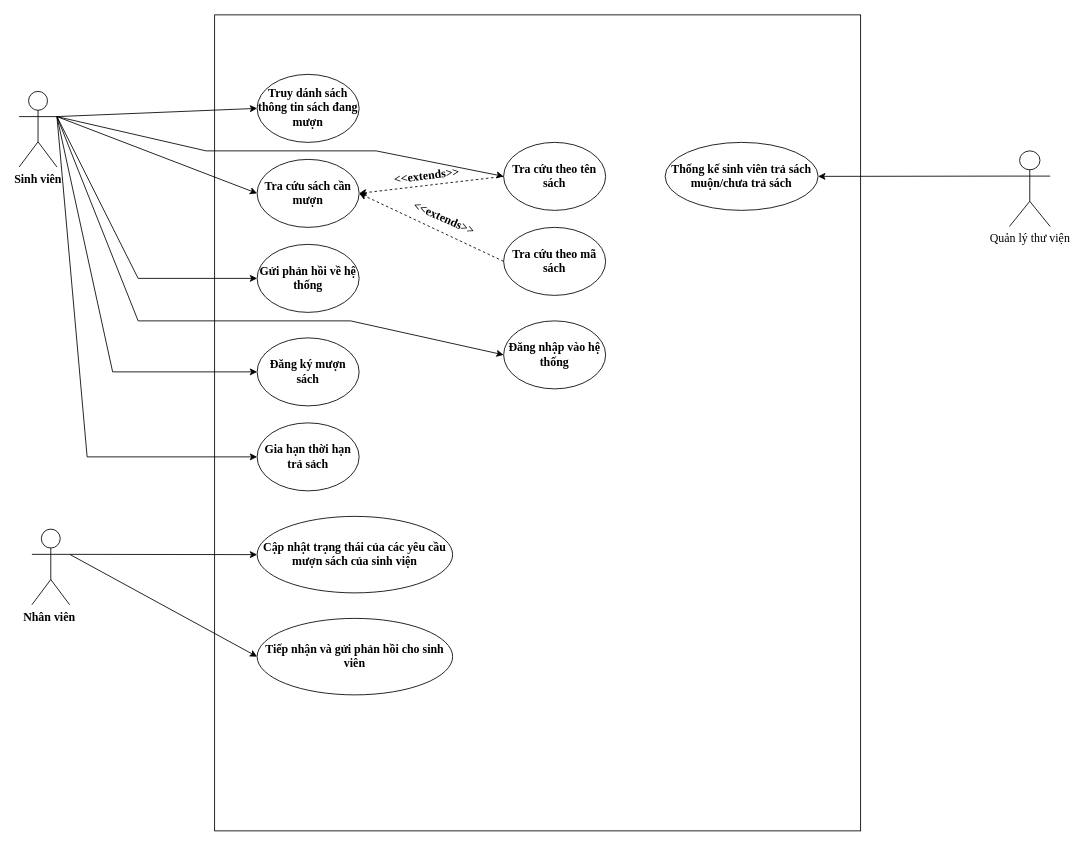
The draw.io diagram Library.drawio in MinhNgoc61021/PM, before the edit. Source tidied: cells renumbered, new cells numbered last; positions are measured from the earlier drawing's top-left corner, leaving out a move shared by most shapes. Both pictures are drawn from the tidied source at 85%, with x=0, y=0 at pixel (19, 14).
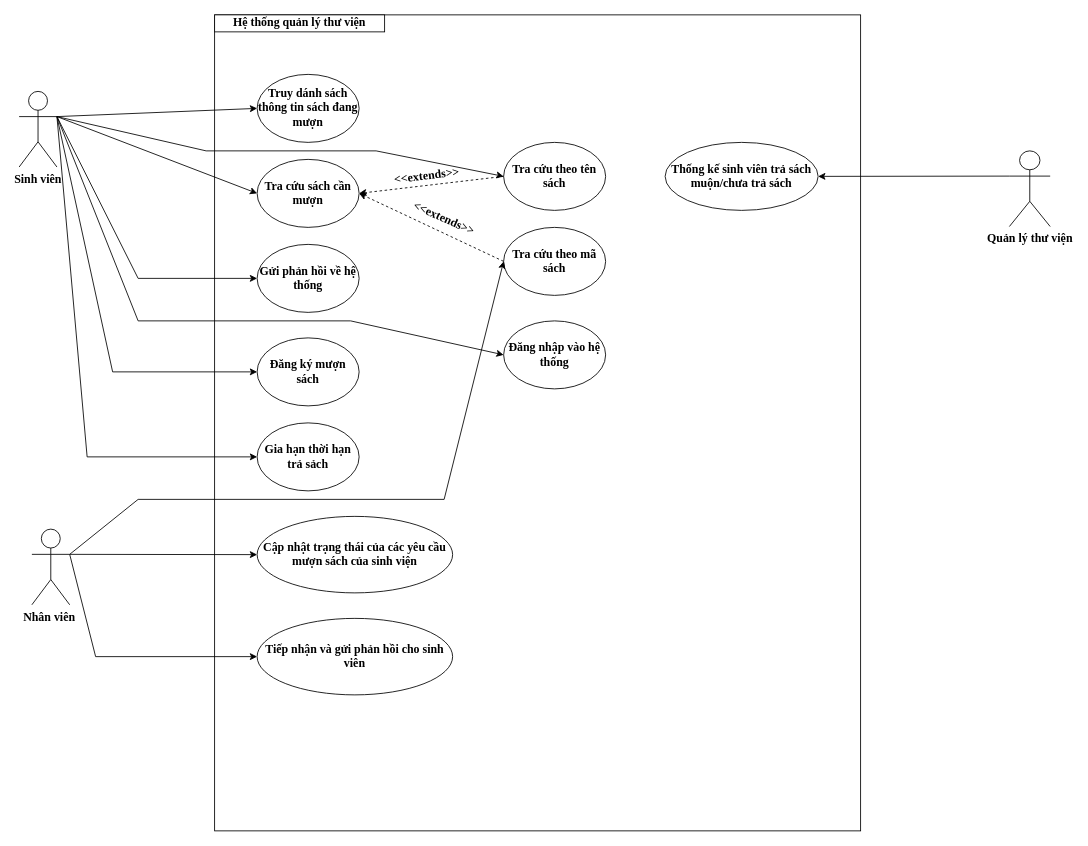
The same page after the edit.

Unchanged cells that the change refers to:
```xml
<mxCell id="5" value="Sinh viên" style="shape=umlActor;verticalLabelPosition=bottom;labelBackgroundColor=#ffffff;verticalAlign=top;html=1;outlineConnect=0;fontFamily=Times New Roman;fontSize=14;fontStyle=1;" parent="1" vertex="1">
  <mxGeometry y="90" width="44.5" height="89" as="geometry" />
</mxCell>
<mxCell id="10" value="Nhân viên&amp;nbsp;" style="shape=umlActor;verticalLabelPosition=bottom;labelBackgroundColor=#ffffff;verticalAlign=top;html=1;outlineConnect=0;fontSize=14;fontFamily=Times New Roman;fontStyle=1;" parent="1" vertex="1">
  <mxGeometry x="15" y="605" width="44.5" height="89" as="geometry" />
</mxCell>
<mxCell id="13" value="Tra cứu theo mã sách" style="ellipse;whiteSpace=wrap;html=1;fontSize=14;fontFamily=Times New Roman;fontStyle=1;" parent="1" vertex="1">
  <mxGeometry x="570" y="250" width="120" height="80" as="geometry" />
</mxCell>
<mxCell id="23" value="Thống kế sinh viên trả sách muộn/chưa trả sách" style="ellipse;whiteSpace=wrap;html=1;fontSize=14;fontFamily=Times New Roman;fontStyle=1;" parent="1" vertex="1">
  <mxGeometry x="760" y="150" width="180" height="80" as="geometry" />
</mxCell>
<mxCell id="28" value="Đăng nhập vào hệ thống" style="ellipse;whiteSpace=wrap;html=1;fontFamily=Times New Roman;fontSize=14;fontStyle=1;" parent="1" vertex="1">
  <mxGeometry x="570" y="360" width="120" height="80" as="geometry" />
</mxCell>
<mxCell id="29" value="Tiếp nhận và gửi phản hồi cho sinh viên" style="ellipse;whiteSpace=wrap;html=1;fontSize=14;fontFamily=Times New Roman;fontStyle=1;" parent="1" vertex="1">
  <mxGeometry x="280" y="710" width="230" height="90" as="geometry" />
</mxCell>
```

Diff of the diagram source:
```diff
@@
-    <mxCell id="25" value="Quản lý thư viện" style="shape=umlActor;verticalLabelPosition=bottom;labelBackgroundColor=#ffffff;verticalAlign=top;html=1;outlineConnect=0;fontFamily=Times New Roman;fontSize=14;" parent="1" vertex="1">
+    <mxCell id="25" value="Quản lý thư viện" style="shape=umlActor;verticalLabelPosition=bottom;labelBackgroundColor=#ffffff;verticalAlign=top;html=1;outlineConnect=0;fontFamily=Times New Roman;fontSize=14;fontStyle=1;" parent="1" vertex="1">
       <mxGeometry x="1165" y="160" width="48" height="89" as="geometry" />
     </mxCell>
-    <mxCell id="26" style="endArrow=classic;html=1;fontFamily=Times New Roman;fontSize=14;entryX=1;entryY=0.5;entryDx=0;entryDy=0;exitX=0;exitY=0.3333333333333333;exitDx=0;exitDy=0;exitPerimeter=0;rounded=0;strokeColor=#000000;" parent="1" edge="1" source="25" target="23">
+    <mxCell id="26" style="endArrow=classic;html=1;fontFamily=Times New Roman;fontSize=14;entryX=1;entryY=0.5;entryDx=0;entryDy=0;exitX=0;exitY=0.3333333333333333;exitDx=0;exitDy=0;exitPerimeter=0;rounded=0;strokeColor=#000000;fontStyle=1;" parent="1" edge="1" source="25" target="23">
       <mxGeometry relative="1" as="geometry" />
     </mxCell>
-    <mxCell id="27" style="endArrow=classic;html=1;strokeColor=#000000;fontFamily=Times New Roman;fontSize=14;exitX=1;exitY=0.3333333333333333;exitDx=0;exitDy=0;exitPerimeter=0;entryX=0;entryY=0.5;entryDx=0;entryDy=0;rounded=0;" parent="1" edge="1" source="5" target="28">
+    <mxCell id="27" style="endArrow=classic;html=1;strokeColor=#000000;fontFamily=Times New Roman;fontSize=14;exitX=1;exitY=0.3333333333333333;exitDx=0;exitDy=0;exitPerimeter=0;entryX=0;entryY=0.5;entryDx=0;entryDy=0;rounded=0;fontStyle=1;" parent="1" edge="1" source="5" target="28">
       <mxGeometry relative="1" as="geometry">
         <Array as="points">
           <mxPoint x="140" y="360" />
           <mxPoint x="390" y="360" />
         </Array>
       </mxGeometry>
     </mxCell>
@@
-    <mxCell id="30" style="endArrow=classic;html=1;strokeColor=#000000;fontFamily=Times New Roman;fontSize=14;exitX=1;exitY=0.3333333333333333;exitDx=0;exitDy=0;exitPerimeter=0;entryX=0;entryY=0.5;entryDx=0;entryDy=0;" parent="1" edge="1" source="10" target="29">
-      <mxGeometry relative="1" as="geometry" />
+    <mxCell id="30" style="endArrow=classic;html=1;strokeColor=#000000;fontFamily=Times New Roman;fontSize=14;exitX=1;exitY=0.3333333333333333;exitDx=0;exitDy=0;exitPerimeter=0;entryX=0;entryY=0.5;entryDx=0;entryDy=0;rounded=0;fontStyle=1;" parent="1" edge="1" source="10" target="29">
+      <mxGeometry relative="1" as="geometry">
+        <Array as="points">
+          <mxPoint x="90" y="755" />
+        </Array>
+      </mxGeometry>
     </mxCell>
+    <mxCell id="31" style="endArrow=classic;html=1;fontSize=14;exitX=1;exitY=0.3333333333333333;exitDx=0;exitDy=0;exitPerimeter=0;fontFamily=Times New Roman;fontStyle=1;entryX=0;entryY=0.5;entryDx=0;entryDy=0;rounded=0;" parent="1" edge="1" source="10" target="13">
+      <mxGeometry relative="1" as="geometry">
+        <Array as="points">
+          <mxPoint x="140" y="570" />
+          <mxPoint x="500" y="570" />
+        </Array>
+      </mxGeometry>
+    </mxCell>
+    <mxCell id="32" value="Hệ thống quản lý thư viện" style="text;html=1;strokeColor=#000000;fillColor=#ffffff;align=center;verticalAlign=middle;whiteSpace=wrap;rounded=0;fontStyle=1;fontFamily=Times New Roman;fontSize=14;" parent="1" vertex="1">
+      <mxGeometry x="230" width="200" height="20" as="geometry" />
+    </mxCell>
```
